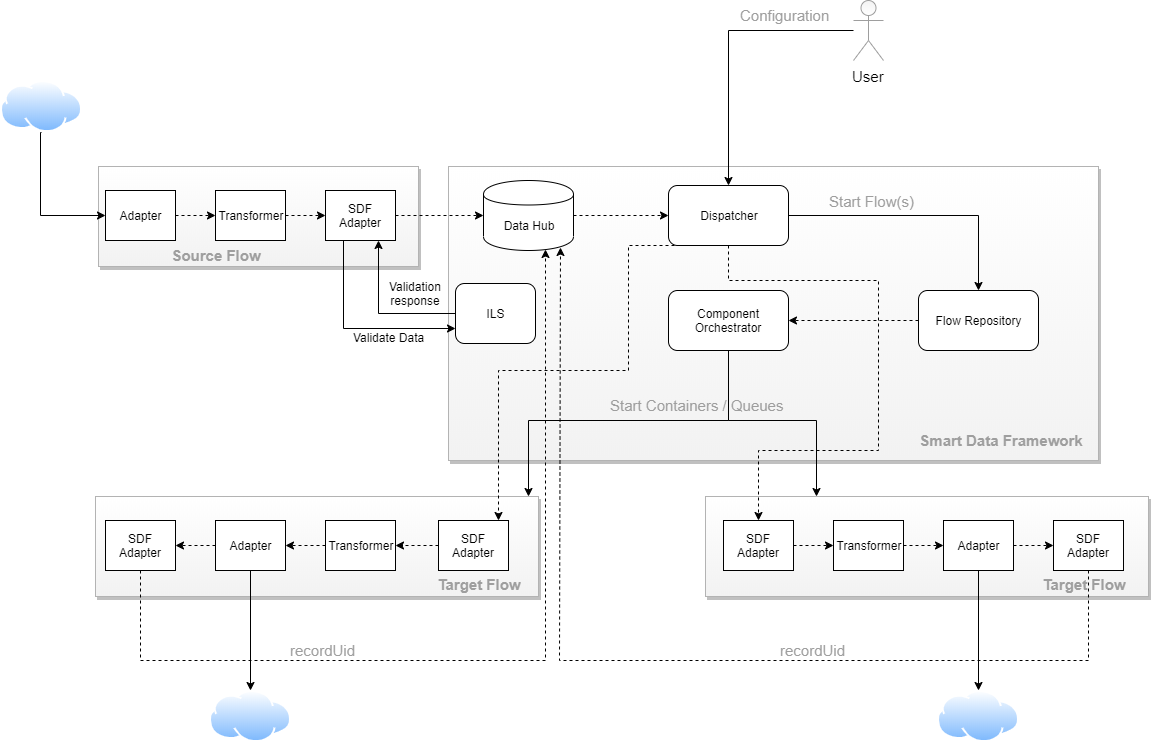
This is assets/images/hubAndSpoke.png from openintegrationhub/openintegrationhub.github.io, a draw.io export, as it was before one commit. Source tidied: cells renumbered, new cells last; positions are measured from the earlier drawing's top-left corner, leaving out a move shared by most shapes.
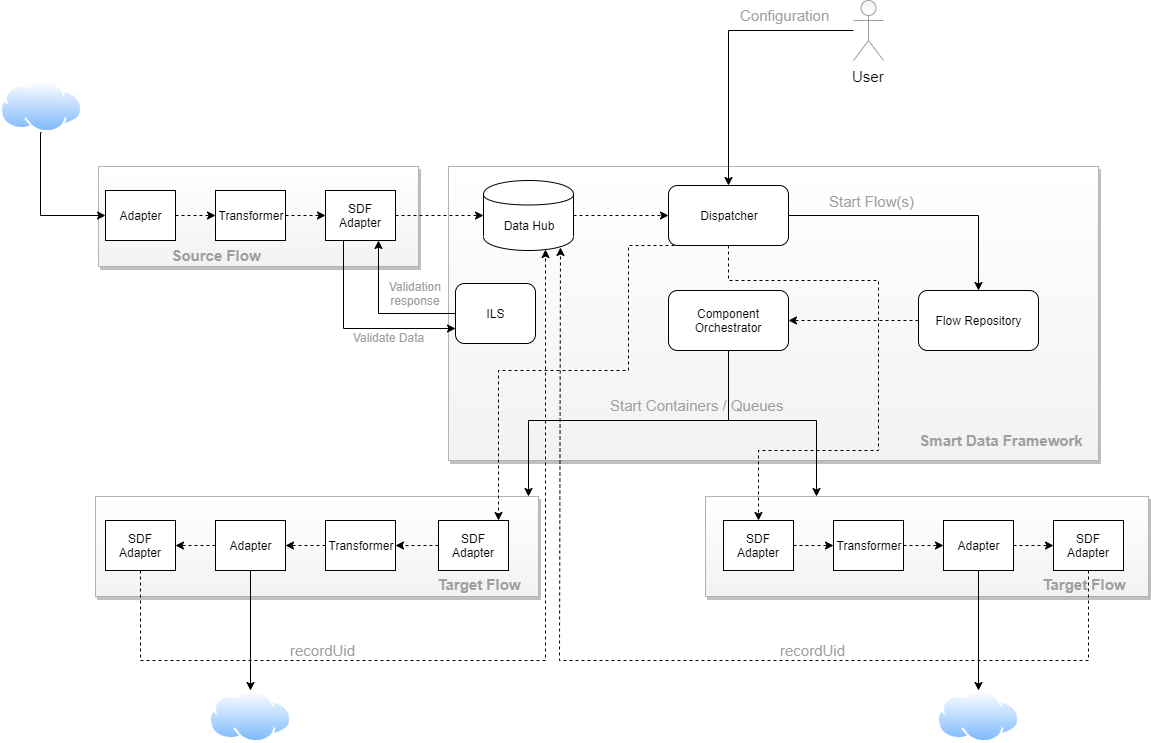
After the commit.

Diff of the diagram source:
```diff
@@ -29,7 +29,7 @@
     <mxCell id="10" style="edgeStyle=orthogonalEdgeStyle;rounded=0;jettySize=auto;html=1;entryX=0;entryY=0.75;entryDx=0;entryDy=0;exitX=0.25;exitY=1;exitDx=0;exitDy=0;" parent="1" edge="1" source="12" target="59">
       <mxGeometry relative="1" as="geometry" />
     </mxCell>
-    <mxCell id="11" value="Validate Data" style="text;html=1;align=center;verticalAlign=middle;labelBackgroundColor=#ffffff;" parent="10" vertex="1">
+    <mxCell id="11" value="Validate Data" style="text;html=1;align=center;verticalAlign=middle;labelBackgroundColor=none;fontColor=#9E9E9E;" parent="10" vertex="1">
       <mxGeometry x="-0.16" y="26" relative="1" as="geometry">
         <mxPoint x="19" y="12" as="offset" />
       </mxGeometry>
@@ -215,7 +215,7 @@
     <mxCell id="59" value="ILS" style="rounded=1;whiteSpace=wrap;html=1;glass=0;comic=0;" parent="1" vertex="1">
       <mxGeometry x="455" y="283" width="80" height="60" as="geometry" />
     </mxCell>
-    <mxCell id="60" value="Validation&lt;br&gt;response" style="text;html=1;align=center;verticalAlign=middle;labelBackgroundColor=#ffffff;" parent="1" vertex="1">
+    <mxCell id="60" value="Validation&lt;br&gt;response" style="text;html=1;align=center;verticalAlign=middle;labelBackgroundColor=none;fontColor=#9E9E9E;" parent="1" vertex="1">
       <mxGeometry x="395" y="280" as="geometry">
         <mxPoint x="19" y="12" as="offset" />
       </mxGeometry>
```
